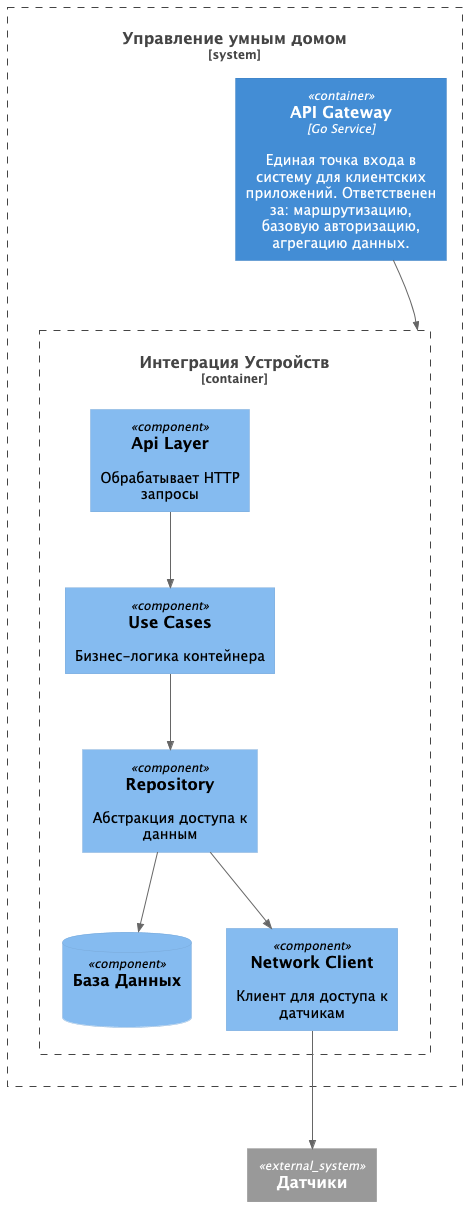
The PlantUML diagram diagrams/task_2_component_diagram.png in IlimbekNarmatov/warmhouse, before a commit.
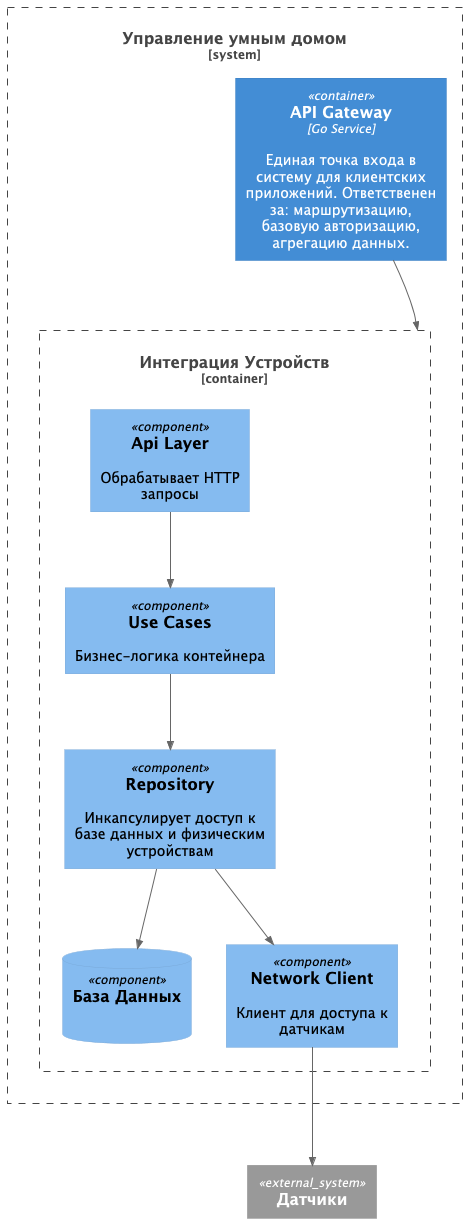
The same diagram one commit later.

Commit message:
* диаграмма кодов

Change to the diagram source:
```diff
@@ -8,7 +8,7 @@
     Container(gateway, "API Gateway", "Go Service", "Единая точка входа в систему для клиентских приложений. Ответственен за: маршрутизацию, базовую авторизацию, агрегацию данных.")
     Container_Boundary(deviceIntegrationContainer, "Интеграция Устройств"){
         Component(apiLayer, "Api Layer", "", "Обрабатывает HTTP запросы")
-        Component(repo, "Repository", "", "Абстракция доступа к данным")
+        Component(repo, "Repository", "", "Инкапсулирует доступ к базе данных и физическим устройствам")
         ComponentDb(deviceIntegrationDB, "База Данных", "", " ")
         Component(useCases, "Use Cases", "", "Бизнес-логика контейнера")
         Component(networkClient, "Network Client", "", "Клиент для доступа к датчикам")
```
